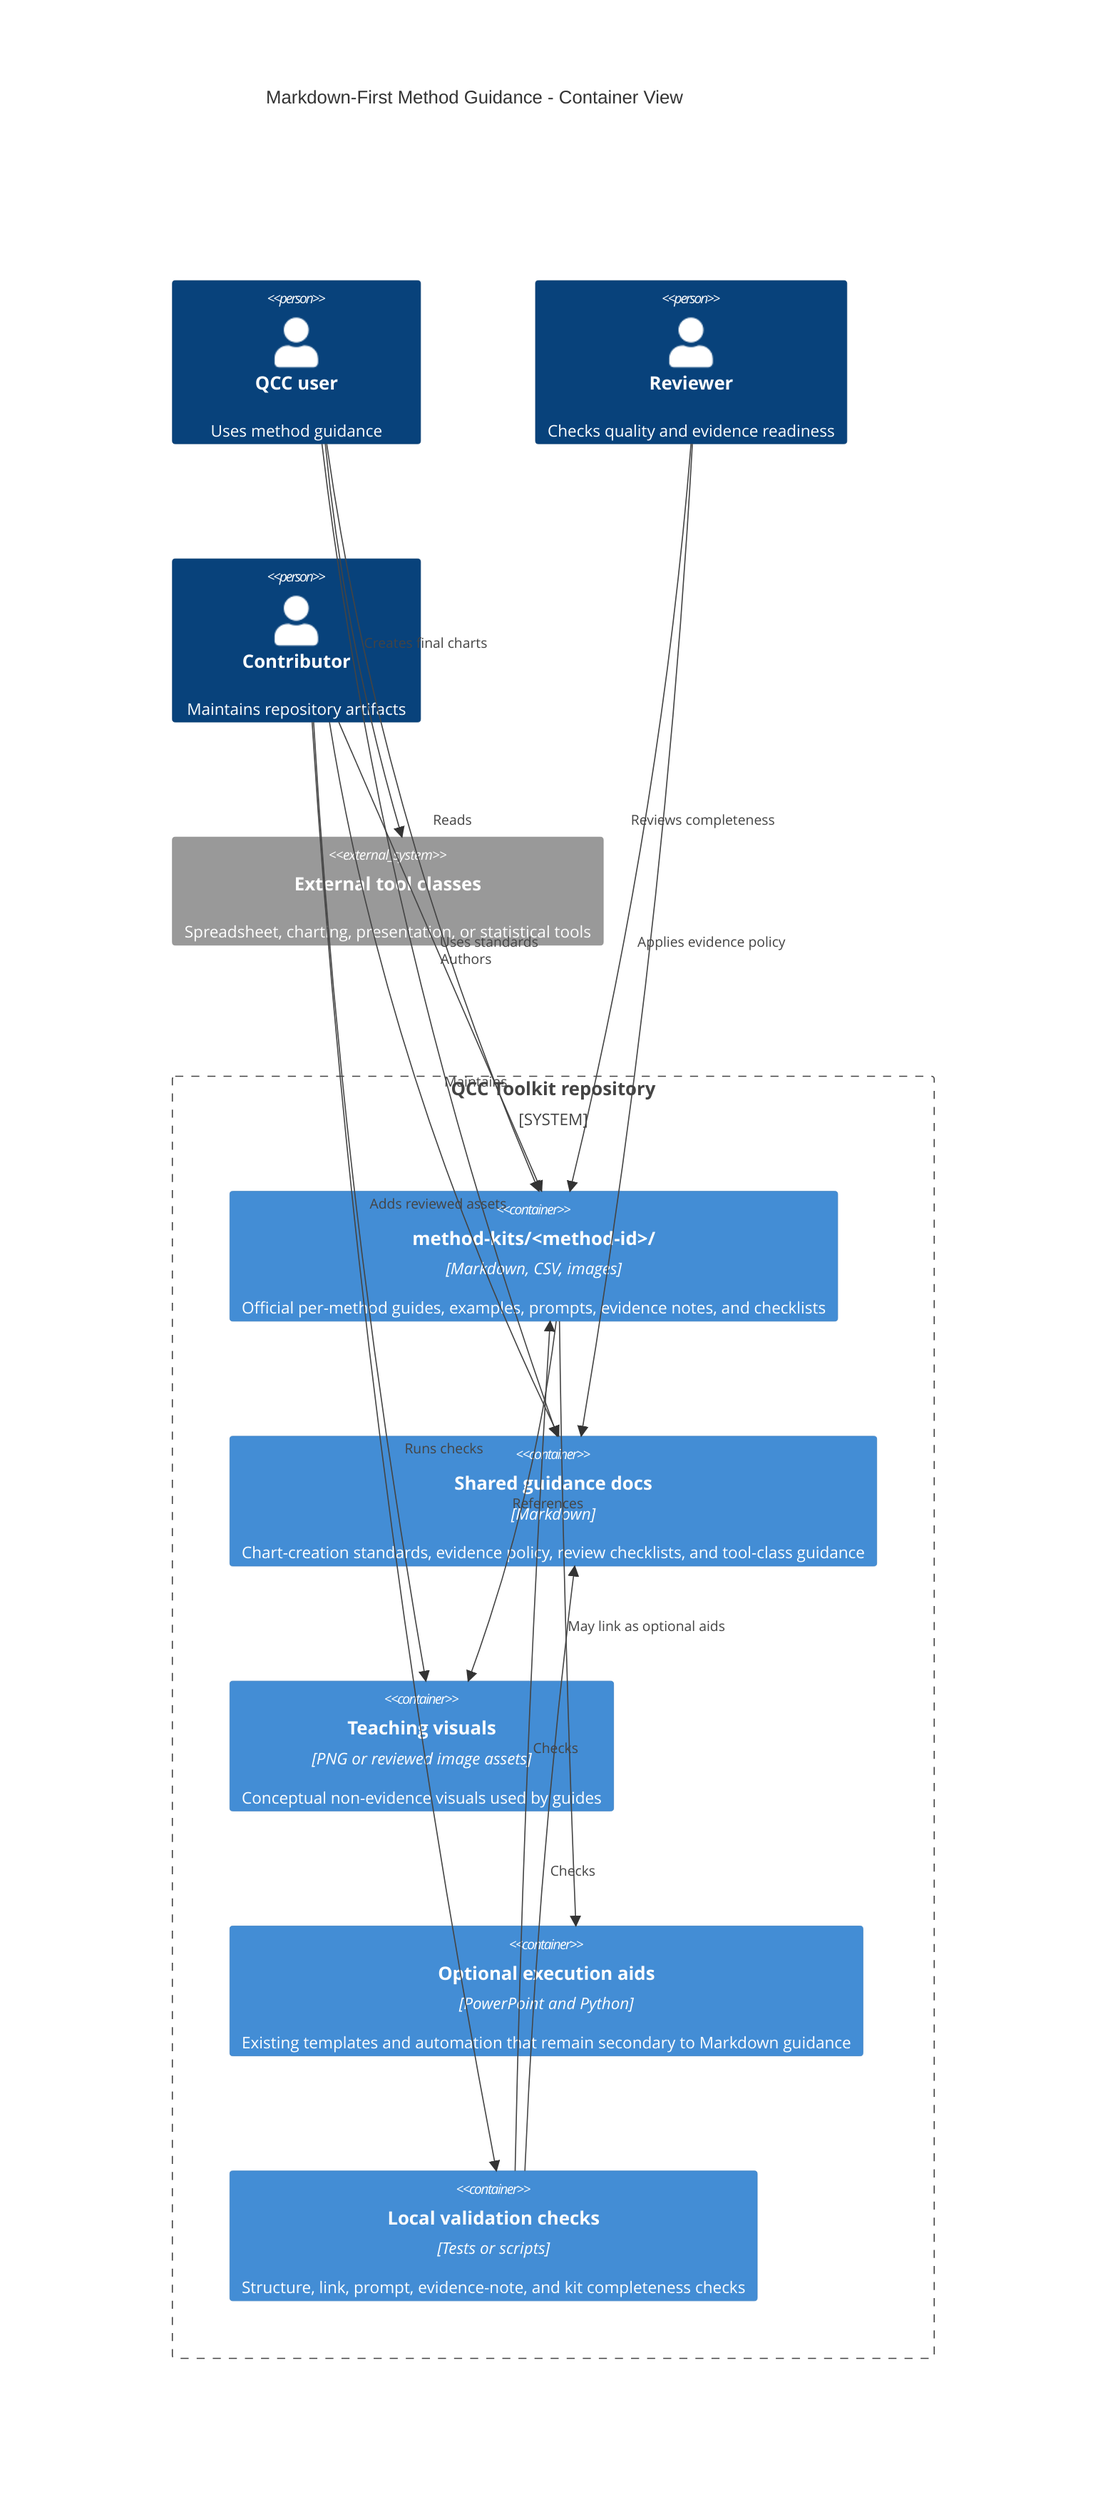
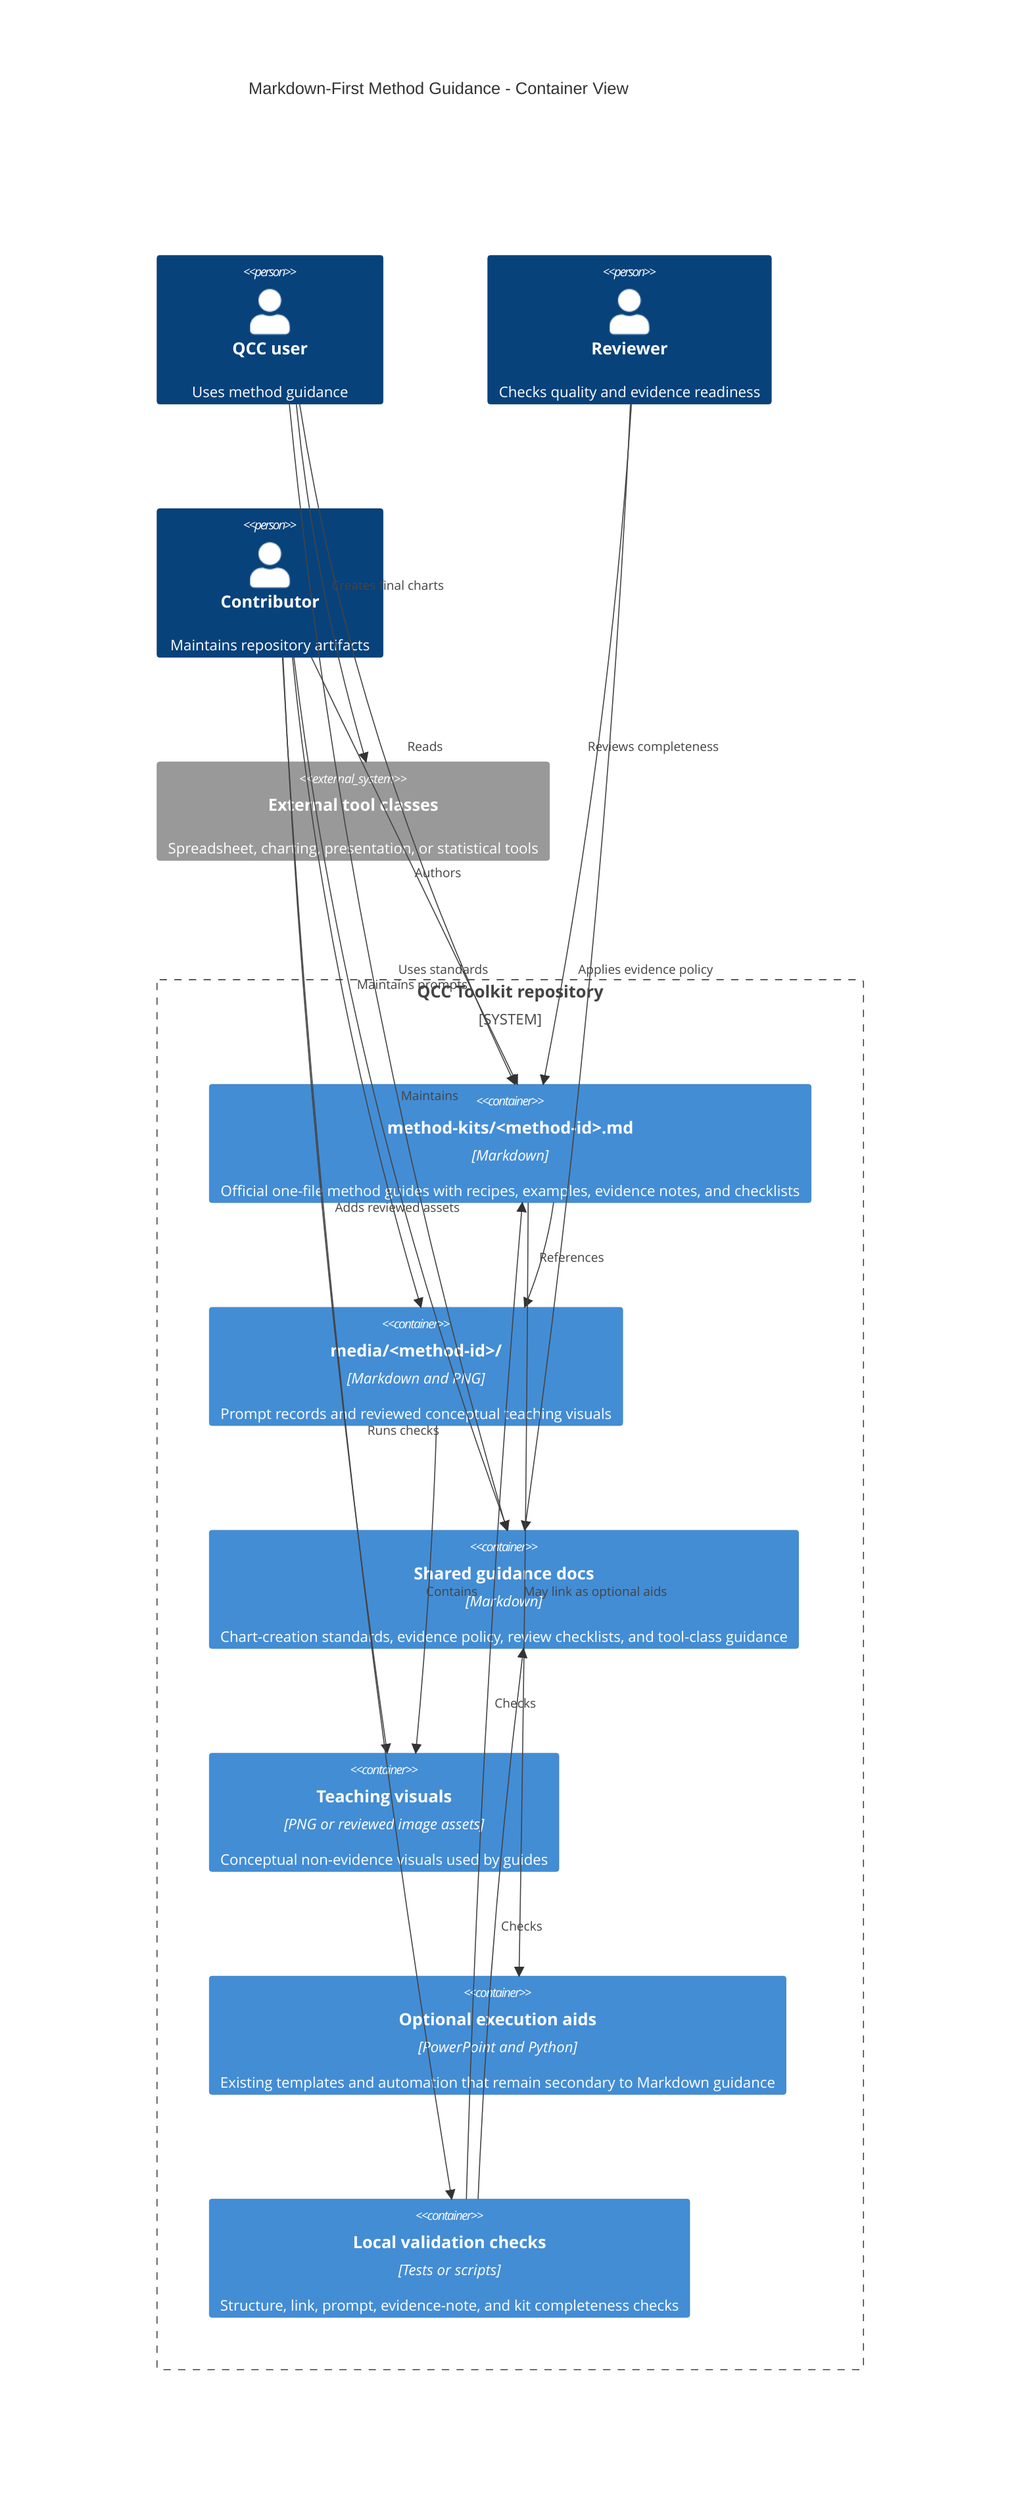
C4Container
  title Markdown-First Method Guidance - Container View

  Person(user, "QCC user", "Uses method guidance")
  Person(reviewer, "Reviewer", "Checks quality and evidence readiness")
  Person(contributor, "Contributor", "Maintains repository artifacts")

  System_Boundary(repo, "QCC Toolkit repository") {
-     Container(method_kits, "method-kits/<method-id>/", "Markdown, CSV, images", "Official per-method guides, examples, prompts, evidence notes, and checklists")
+     Container(method_kits, "method-kits/<method-id>.md", "Markdown", "Official one-file method guides with recipes, examples, evidence notes, and checklists")
+     Container(method_media, "media/<method-id>/", "Markdown and PNG", "Prompt records and reviewed conceptual teaching visuals")
    Container(shared_guidance, "Shared guidance docs", "Markdown", "Chart-creation standards, evidence policy, review checklists, and tool-class guidance")
    Container(teaching_assets, "Teaching visuals", "PNG or reviewed image assets", "Conceptual non-evidence visuals used by guides")
    Container(optional_aids, "Optional execution aids", "PowerPoint and Python", "Existing templates and automation that remain secondary to Markdown guidance")
    Container(validation, "Local validation checks", "Tests or scripts", "Structure, link, prompt, evidence-note, and kit completeness checks")
  }

  System_Ext(tool, "External tool classes", "Spreadsheet, charting, presentation, or statistical tools")

  Rel(contributor, method_kits, "Authors")
  Rel(contributor, shared_guidance, "Maintains")
+   Rel(contributor, method_media, "Maintains prompts")
  Rel(contributor, teaching_assets, "Adds reviewed assets")
  Rel(contributor, validation, "Runs checks")
  Rel(user, method_kits, "Reads")
  Rel(user, shared_guidance, "Uses standards")
  Rel(user, tool, "Creates final charts")
  Rel(reviewer, method_kits, "Reviews completeness")
  Rel(reviewer, shared_guidance, "Applies evidence policy")
-   Rel(method_kits, teaching_assets, "References")
+   Rel(method_kits, method_media, "References")
+   Rel(method_media, teaching_assets, "Contains")
  Rel(method_kits, optional_aids, "May link as optional aids")
  Rel(validation, method_kits, "Checks")
  Rel(validation, shared_guidance, "Checks")
